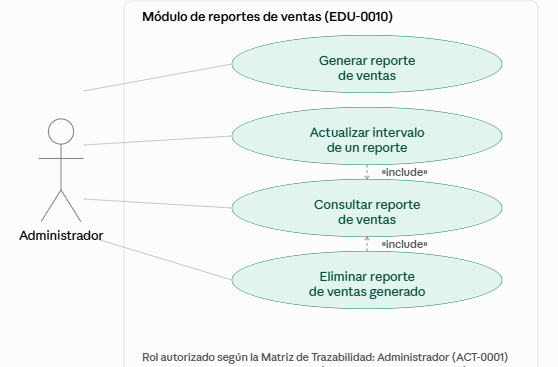
Before: docs/diagramas/CU-06_Reportes_Ventas.PNG, a diagram exported from PlantUML (Luis-Ayben-Chahua-Charca/Farmasil_App). Its source is kept beside it as docs/diagramas/plaintext-CasosUso/CU-06_Reportes_Ventas.puml. Its diagram source:
```plantuml
@startuml
left to right direction

actor "Administrador" as Admin

rectangle "Módulo de reportes de ventas (EDU-0010)" {

    usecase "Generar reporte\nde ventas" as RV1
    usecase "Actualizar intervalo\nde un reporte" as RV2
    usecase "Consultar reporte\nde ventas" as RV3
    usecase "Eliminar reporte\nde ventas generado" as RV4

    RV2 ..> RV3 : <<include>>
    RV4 ..> RV3 : <<include>>

    note "Rol autorizado según la Matriz de Trazabilidad:\nAdministrador (ACT-0001)" as N1
}

Admin -- RV1
Admin -- RV2
Admin -- RV3
Admin -- RV4

@enduml
```
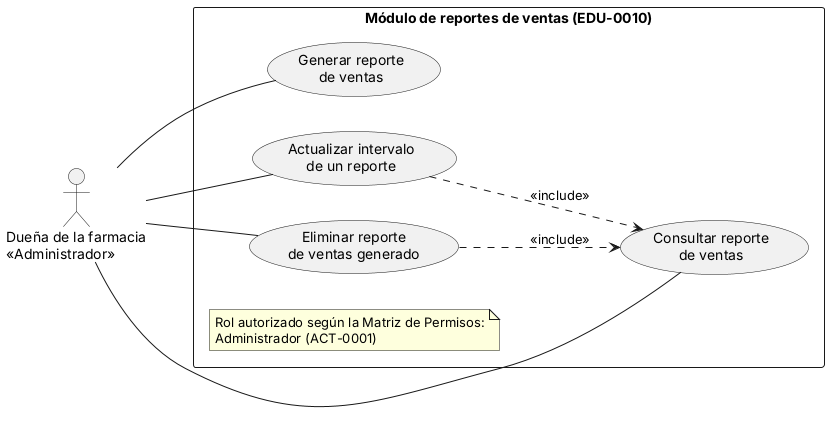
Above is the later version.

The edit, as a diff of the source:
```diff
@@ -1,7 +1,7 @@
 @startuml
 left to right direction
 
-actor "Administrador" as Admin
+actor "Dueña de la farmacia\n<<Administrador>>" as Admin
 
 rectangle "Módulo de reportes de ventas (EDU-0010)" {
 
@@ -13,7 +13,7 @@
     RV2 ..> RV3 : <<include>>
     RV4 ..> RV3 : <<include>>
 
-    note "Rol autorizado según la Matriz de Trazabilidad:\nAdministrador (ACT-0001)" as N1
+    note "Rol autorizado según la Matriz de Permisos:\nAdministrador (ACT-0001)" as N1
 }
 
 Admin -- RV1
```
